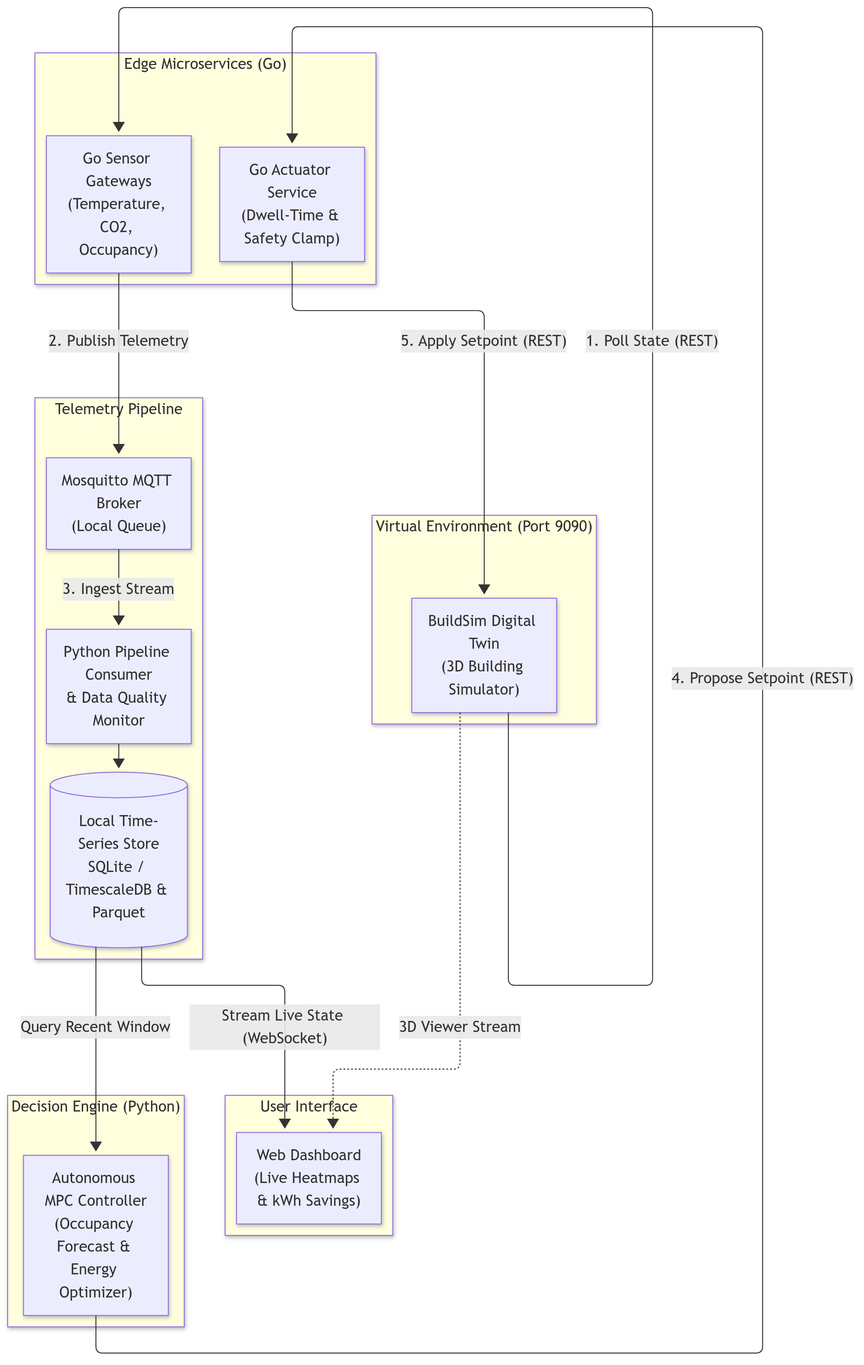
Before: diagrams/system_architecture.png, a diagram exported from Mermaid (masooma-masooma/hvac-stg). Its source is kept beside it as diagrams/system_architecture.mmd.
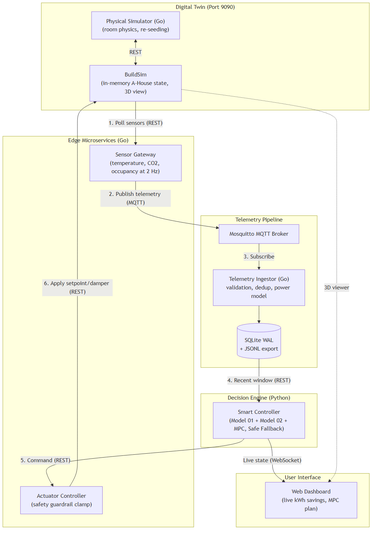
The same diagram one commit later.

The edit, as a diff of the source:
```diff
@@ -1,33 +1,35 @@
 flowchart TD
-    subgraph Environment ["Virtual Environment (Port 9090)"]
-        BuildSim["BuildSim Digital Twin<br/>(3D Building Simulator)"]
+    subgraph Environment ["Digital Twin (Port 9090)"]
+        BuildSim["BuildSim<br/>(in-memory A-House state, 3D view)"]
+        Sim["Physical Simulator (Go)<br/>(room physics, re-seeding)"]
     end
 
     subgraph EdgeLayer ["Edge Microservices (Go)"]
-        Sensors["Go Sensor Gateways<br/>(Temperature, CO2, Occupancy)"]
-        Actuators["Go Actuator Service<br/>(Dwell-Time & Safety Clamp)"]
+        Sensors["Sensor Gateway<br/>(temperature, CO2, occupancy at 2 Hz)"]
+        Actuators["Actuator Controller<br/>(safety guardrail clamp)"]
     end
 
     subgraph Messaging ["Telemetry Pipeline"]
-        Broker["Mosquitto MQTT Broker<br/>(Local Queue)"]
-        Pipeline["Python Pipeline Consumer<br/>& Data Quality Monitor"]
-        Store[("Local Time-Series Store<br/>SQLite / TimescaleDB & Parquet")]
+        Broker["Mosquitto MQTT Broker"]
+        Pipeline["Telemetry Ingestor (Go)<br/>validation, dedup, power model"]
+        Store[("SQLite WAL<br/>+ JSONL export")]
     end
 
     subgraph Intelligence ["Decision Engine (Python)"]
-        Controller["Autonomous MPC Controller<br/>(Occupancy Forecast & Energy Optimizer)"]
+        Controller["Smart Controller<br/>(Model 01 + Model 02 + MPC, Safe Fallback)"]
     end
 
     subgraph Visualization ["User Interface"]
-        Dashboard["Web Dashboard<br/>(Live Heatmaps & kWh Savings)"]
+        Dashboard["Web Dashboard<br/>(live kWh savings, MPC plan)"]
     end
 
-    BuildSim -->|"1. Poll State (REST)"| Sensors
-    Sensors -->|"2. Publish Telemetry"| Broker
-    Broker -->|"3. Ingest Stream"| Pipeline
+    Sim <-->|"REST"| BuildSim
+    BuildSim -->|"1. Poll sensors (REST)"| Sensors
+    Sensors -->|"2. Publish telemetry (MQTT)"| Broker
+    Broker -->|"3. Subscribe"| Pipeline
     Pipeline --> Store
-    Store -->|"Query Recent Window"| Controller
-    Controller -->|"4. Propose Setpoint (REST)"| Actuators
-    Actuators -->|"5. Apply Setpoint (REST)"| BuildSim
-    Store -->|"Stream Live State (WebSocket)"| Dashboard
-    BuildSim -.->|"3D Viewer Stream"| Dashboard
+    Store -->|"4. Recent window (REST)"| Controller
+    Controller -->|"5. Command (REST)"| Actuators
+    Actuators -->|"6. Apply setpoint/damper (REST)"| BuildSim
+    Controller -->|"Live state (WebSocket)"| Dashboard
+    BuildSim -.->|"3D viewer"| Dashboard
```
